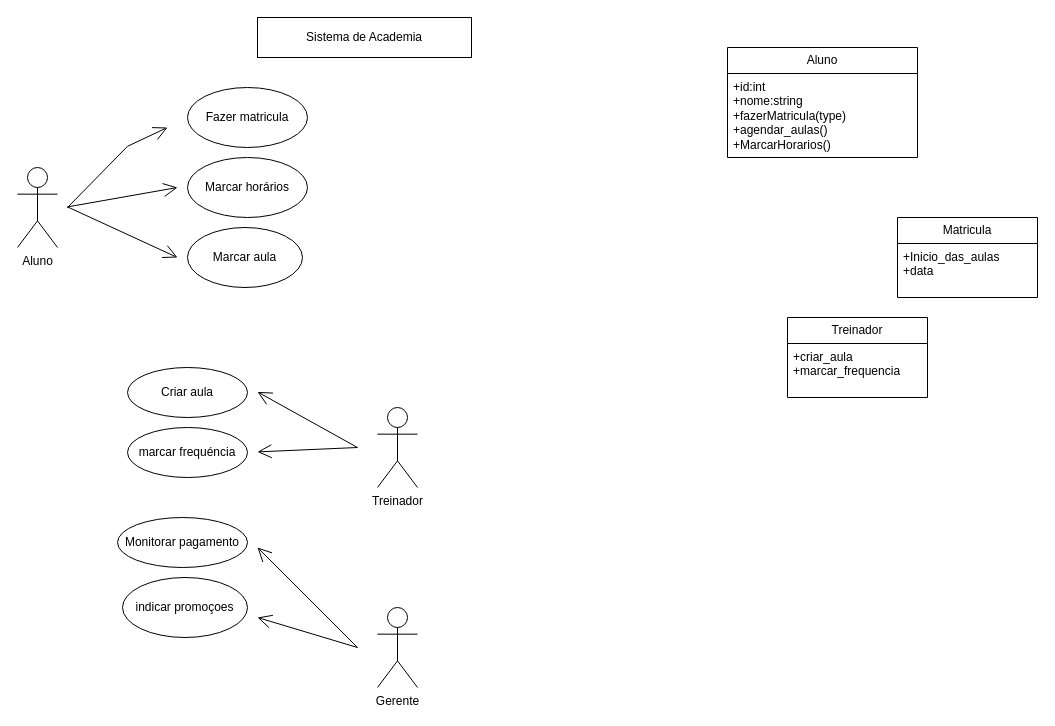
Above: page "Página-13" (13 of 13) of Diagrama sem nome.drawio in Raquelf-06/diagramasderequisitos (draw.io), before the change. Source tidied: cells renumbered, new cells numbered last; positions are measured from the earlier drawing's top-left corner, leaving out a move shared by most shapes. Both pictures are drawn from the tidied source at 100%, with x=0, y=0 at pixel (17, 17).
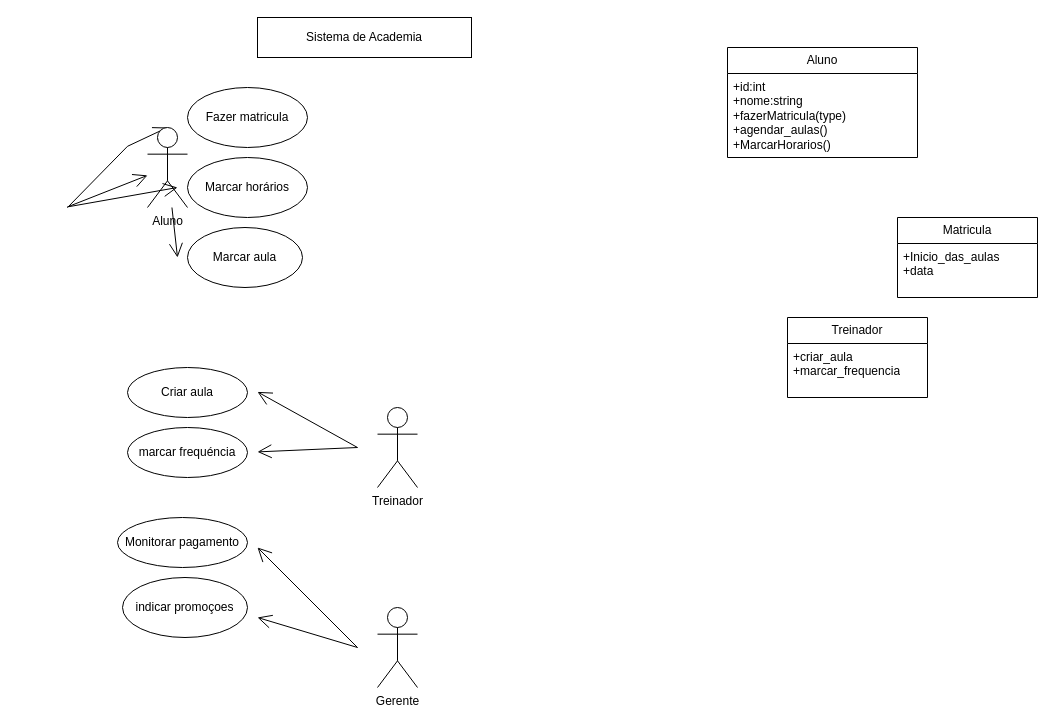
The same diagram, later.

What changed in the source:
```diff
@@
-    <mxCell id="3" value="Aluno" style="shape=umlActor;verticalLabelPosition=bottom;verticalAlign=top;html=1;" parent="1" vertex="1">
-      <mxGeometry y="150" width="40" height="80" as="geometry" />
-    </mxCell>
@@
-    <mxCell id="15" style="endArrow=open;endFill=1;endSize=12;html=1;rounded=0;" parent="1" edge="1">
+    <mxCell id="15" style="endArrow=open;endFill=1;endSize=12;html=1;rounded=0;" parent="1" edge="1" source="3">
       <mxGeometry relative="1" as="geometry">
-        <mxPoint x="50" y="189.4" as="sourcePoint" />
         <mxPoint x="160" y="240" as="targetPoint" />
       </mxGeometry>
     </mxCell>
@@
+    <mxCell id="26" style="endArrow=open;endFill=1;endSize=12;html=1;rounded=0;" parent="1" edge="1" target="3">
+      <mxGeometry relative="1" as="geometry">
+        <mxPoint x="50" y="189.4" as="sourcePoint" />
+      </mxGeometry>
+    </mxCell>
+    <mxCell id="3" value="Aluno" style="shape=umlActor;verticalLabelPosition=bottom;verticalAlign=top;html=1;" parent="1" vertex="1">
+      <mxGeometry x="130" y="110" width="40" height="80" as="geometry" />
+    </mxCell>
```
